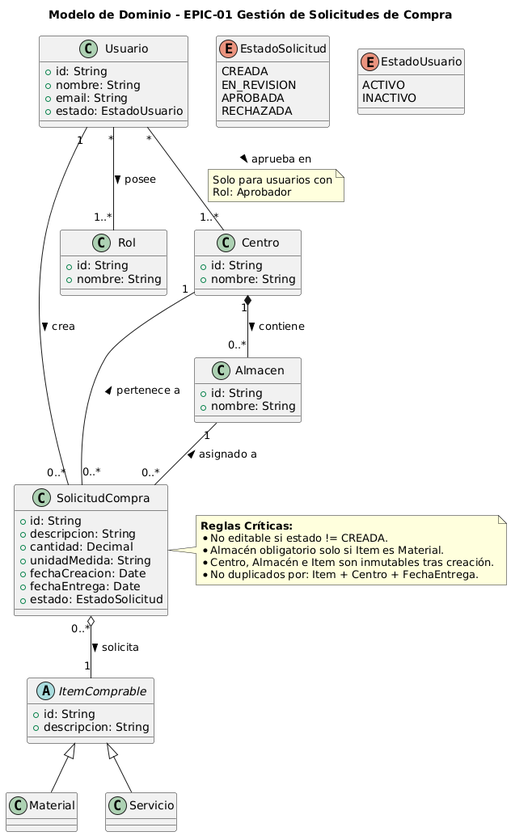
The PlantUML diagram DOCS/MODELO-DOMINIO/Modelo_Dominio_UML_EPIC_01.png in Eileen0205/mvp-sap-mm-next, before a commit.
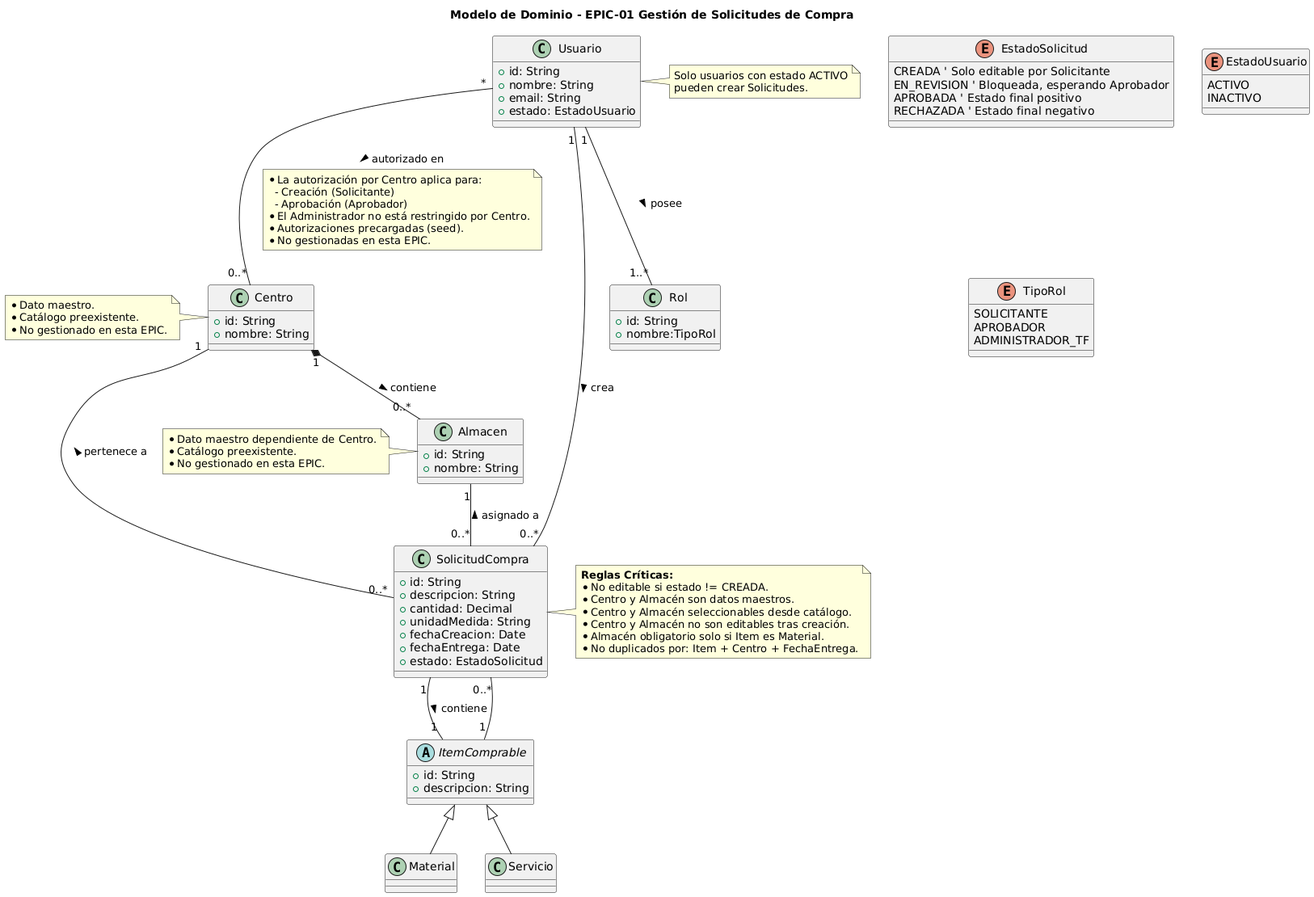
After the change.

Commit message:
feat(dominio): incluir responsabilidades de roles, definir entidades maestras y actualizar relaciones

Diff of the diagram source:
```diff
@@ -3,10 +3,10 @@
 
 
 enum EstadoSolicitud {
-  CREADA
-  EN_REVISION
-  APROBADA
-  RECHAZADA
+  CREADA ' Solo editable por Solicitante
+  EN_REVISION ' Bloqueada, esperando Aprobador
+  APROBADA ' Estado final positivo
+  RECHAZADA ' Estado final negativo
 }
 
 enum EstadoUsuario {
@@ -14,17 +14,12 @@
   INACTIVO
 }
 
-
-abstract class ItemComprable {
-  +id: String
-  +descripcion: String
+enum TipoRol {
+  SOLICITANTE
+  APROBADOR
+  ADMINISTRADOR_TF
 }
 
-class Material {
-}
-
-class Servicio {
-}
 
 class SolicitudCompra {
   +id: String
@@ -43,9 +38,20 @@
   +estado: EstadoUsuario
 }
 
+abstract class ItemComprable {
+  +id: String
+  +descripcion: String
+}
+
+class Material {
+}
+
+class Servicio {
+}
+
 class Rol {
   +id: String
-  +nombre: String
+  +nombre:TipoRol
 }
 
 class Centro {
@@ -62,27 +68,54 @@
 ItemComprable <|-- Material
 ItemComprable <|-- Servicio
 
-SolicitudCompra "0..*" o-- "1" ItemComprable : solicita >
+SolicitudCompra "1" -- "1" ItemComprable : contiene >
+
+ItemComprable "1" -- "0..*" SolicitudCompra
 
 Usuario "1" -- "0..*" SolicitudCompra : crea >
 
-Usuario "*" -- "1..*" Rol : posee >
+Usuario "1" -- "1..*" Rol : posee >
+
+Usuario "*" -- "0..*" Centro : autorizado en >
+note on link
+  * La autorización por Centro aplica para:
+    - Creación (Solicitante)
+    - Aprobación (Aprobador)
+  * El Administrador no está restringido por Centro.
+  * Autorizaciones precargadas (seed).
+  * No gestionadas en esta EPIC.
+end note
 
 Centro "1" -- "0..*" SolicitudCompra : pertenece a <
+note left of Centro
+  * Dato maestro.
+  * Catálogo preexistente.
+  * No gestionado en esta EPIC.
+end note
 
 Centro "1" *-- "0..*" Almacen : contiene >
 
 Almacen "1" -- "0..*" SolicitudCompra : asignado a <
 
-Usuario "*" -- "1..*" Centro : aprueba en >
-note on link: Solo para usuarios con\nRol: Aprobador
+note left of Almacen
+  * Dato maestro dependiente de Centro.
+  * Catálogo preexistente.
+  * No gestionado en esta EPIC.
+end note
 
 
 note right of SolicitudCompra
   **Reglas Críticas:**
   * No editable si estado != CREADA.
+  * Centro y Almacén son datos maestros.
+  * Centro y Almacén seleccionables desde catálogo.
+  * Centro y Almacén no son editables tras creación.
   * Almacén obligatorio solo si Item es Material.
-  * Centro, Almacén e Item son inmutables tras creación.
   * No duplicados por: Item + Centro + FechaEntrega.
 end note
+
+note right of Usuario
+  Solo usuarios con estado ACTIVO
+  pueden crear Solicitudes.
+end note
 @enduml
```
